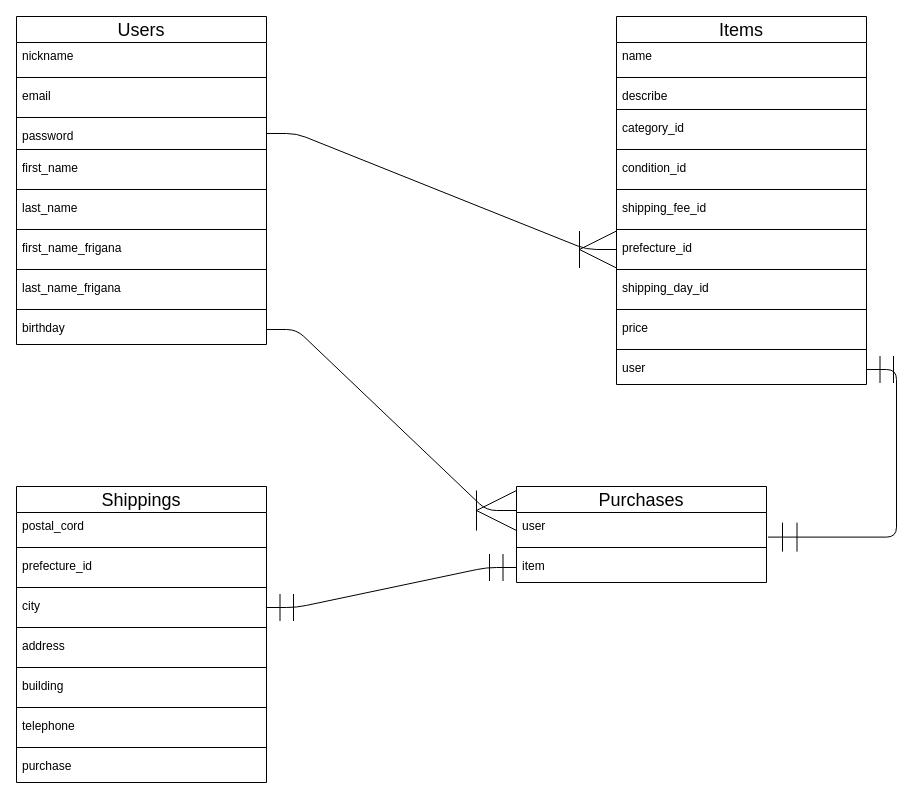
Earlier version of the draw.io diagram furima.dio (3333ren/furima-35074). Source tidied: cells renumbered, new cells numbered last; positions are measured from the earlier drawing's top-left corner, leaving out a move shared by most shapes. Both pictures are drawn from the tidied source at 100%, with x=0, y=0 at pixel (16, 16).
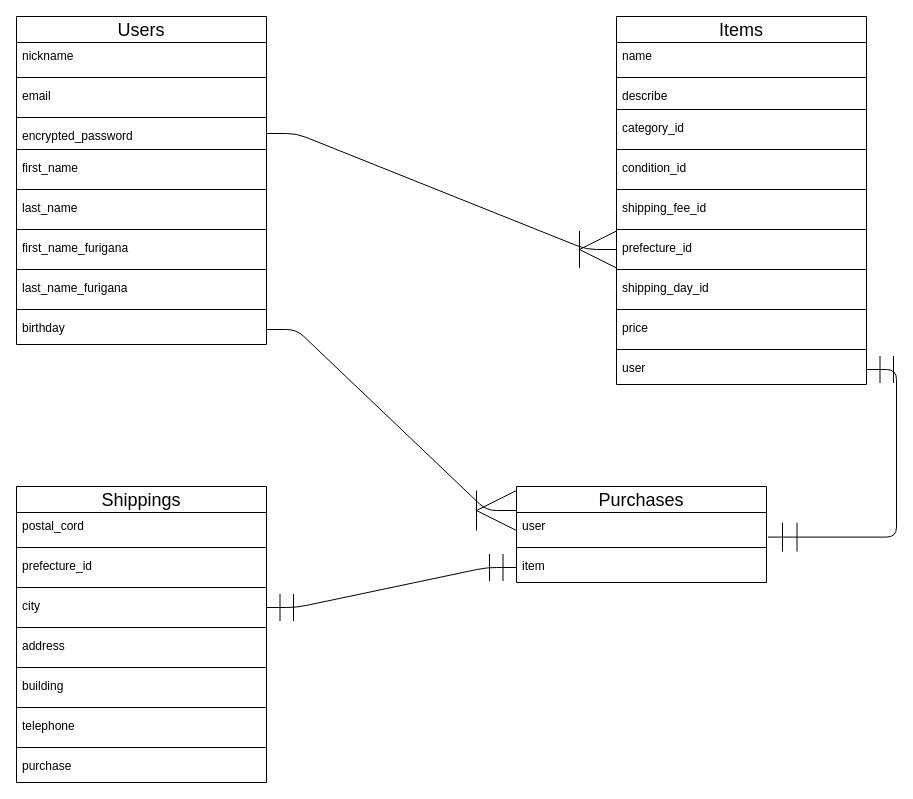
The same page after the edit.

The change refers to these unchanged cells:
```xml
<mxCell id="2" value="Users" style="swimlane;fontStyle=0;horizontal=1;startSize=26;align=center;fontSize=18;spacing=3;verticalAlign=bottom;" parent="1" vertex="1">
  <mxGeometry width="250" height="328" as="geometry" />
</mxCell>
```

Diff of the diagram source:
```diff
@@
-    <mxCell id="7" value="password" style="text;strokeColor=none;fillColor=none;spacingLeft=4;spacingRight=4;overflow=hidden;points=[[0,0.5],[1,0.5]];portConstraint=eastwest;fontSize=12;" parent="2" vertex="1">
+    <mxCell id="7" value="encrypted_password" style="text;strokeColor=none;fillColor=none;spacingLeft=4;spacingRight=4;overflow=hidden;points=[[0,0.5],[1,0.5]];portConstraint=eastwest;fontSize=12;" parent="2" vertex="1">
       <mxGeometry y="106" width="250" height="22" as="geometry" />
     </mxCell>
@@
-    <mxCell id="13" value="first_name_frigana" style="text;strokeColor=none;fillColor=none;spacingLeft=4;spacingRight=4;overflow=hidden;fontSize=12;" parent="2" vertex="1">
+    <mxCell id="13" value="first_name_furigana" style="text;strokeColor=none;fillColor=none;spacingLeft=4;spacingRight=4;overflow=hidden;fontSize=12;" parent="2" vertex="1">
       <mxGeometry y="218" width="250" height="30" as="geometry" />
     </mxCell>
@@
-    <mxCell id="15" value="last_name_frigana" style="text;strokeColor=none;fillColor=none;spacingLeft=4;spacingRight=4;overflow=hidden;fontSize=12;" parent="2" vertex="1">
+    <mxCell id="15" value="last_name_furigana" style="text;strokeColor=none;fillColor=none;spacingLeft=4;spacingRight=4;overflow=hidden;fontSize=12;" parent="2" vertex="1">
       <mxGeometry y="258" width="250" height="30" as="geometry" />
     </mxCell>
```
